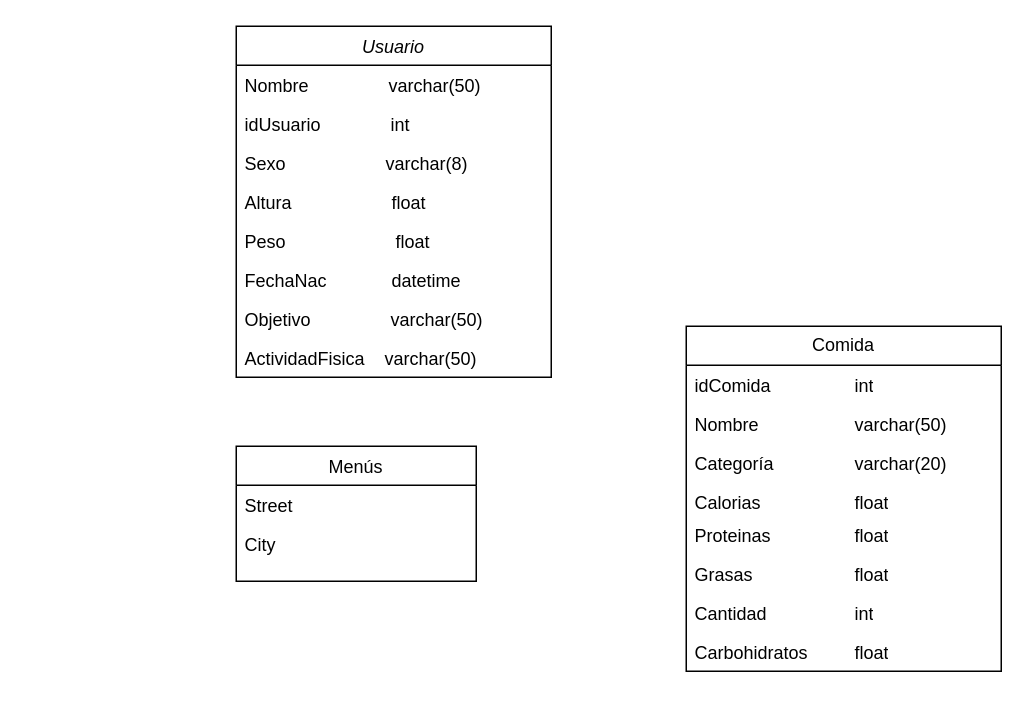
Before: Diagrama sin título.drawio in Sptfff/ProyectoWeb, a draw.io diagram. Source tidied: cells renumbered, new cells numbered last; positions are measured from the earlier drawing's top-left corner, leaving out a move shared by most shapes. Both pictures are drawn from the tidied source at 150%, with x=0, y=0 at pixel (236, 26).
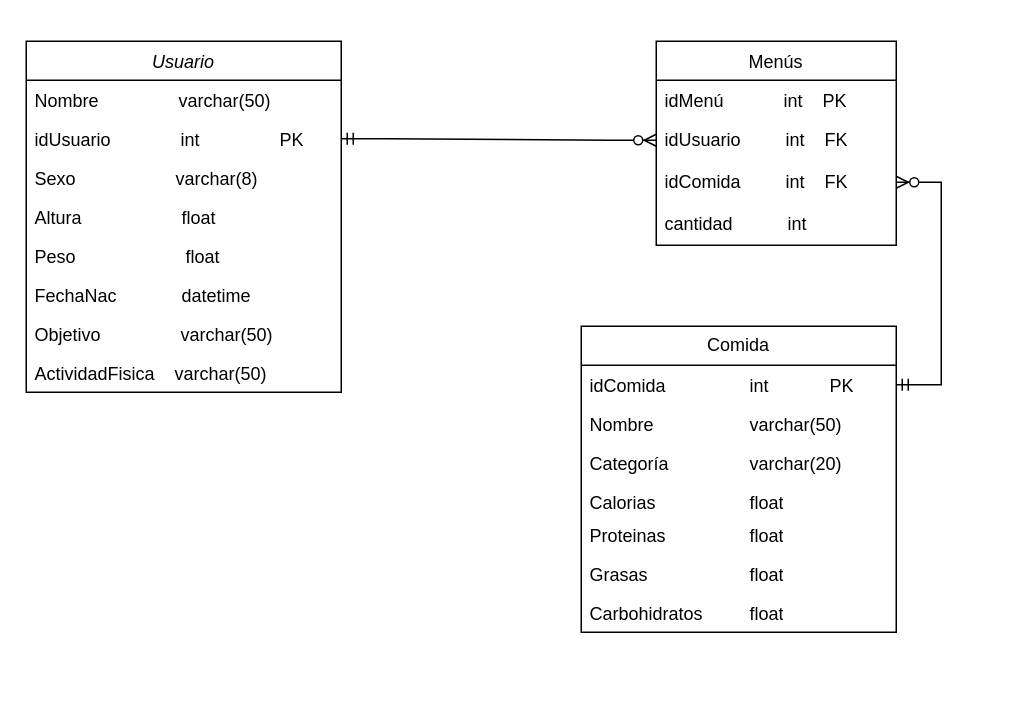
Above is the later version.

What changed in the source:
```diff
@@
     <mxCell id="2" value="Usuario" style="swimlane;fontStyle=2;align=center;verticalAlign=top;horizontal=1;startSize=26;rounded=0;shadow=0;strokeWidth=1;" parent="1" vertex="1">
-      <mxGeometry width="210" height="234" as="geometry" />
+      <mxGeometry x="-140" y="10" width="210" height="234" as="geometry" />
     </mxCell>
@@
-    <mxCell id="4" value="idUsuario              int" style="text;align=left;verticalAlign=top;spacingLeft=4;spacingRight=4;overflow=hidden;points=[[0,0.5],[1,0.5]];portConstraint=eastwest;" parent="2" vertex="1">
+    <mxCell id="4" value="idUsuario              int                PK" style="text;align=left;verticalAlign=top;spacingLeft=4;spacingRight=4;overflow=hidden;points=[[0,0.5],[1,0.5]];portConstraint=eastwest;" parent="2" vertex="1">
       <mxGeometry y="52" width="210" height="26" as="geometry" />
     </mxCell>
@@
     <mxCell id="11" value="Menús" style="swimlane;fontStyle=0;align=center;verticalAlign=top;horizontal=1;startSize=26;rounded=0;shadow=0;strokeWidth=1;" parent="1" vertex="1">
-      <mxGeometry y="280" width="160" height="90" as="geometry" />
+      <mxGeometry x="280" y="10" width="160" height="136" as="geometry" />
     </mxCell>
-    <mxCell id="12" value="Street" style="text;align=left;verticalAlign=top;spacingLeft=4;spacingRight=4;overflow=hidden;" parent="11" vertex="1">
+    <mxCell id="12" value="idMenú            int    PK" style="text;align=left;verticalAlign=top;spacingLeft=4;spacingRight=4;overflow=hidden;" parent="11" vertex="1">
       <mxGeometry y="26" width="160" height="26" as="geometry" />
     </mxCell>
-    <mxCell id="13" value="City" style="text;align=left;verticalAlign=top;spacingLeft=4;spacingRight=4;overflow=hidden;points=[[0,0.5],[1,0.5]];portConstraint=eastwest;rounded=0;shadow=0;html=0;" parent="11" vertex="1">
-      <mxGeometry y="52" width="160" height="26" as="geometry" />
+    <mxCell id="13" value="idUsuario         int    FK" style="text;align=left;verticalAlign=top;spacingLeft=4;spacingRight=4;overflow=hidden;points=[[0,0.5],[1,0.5]];portConstraint=eastwest;rounded=0;shadow=0;html=0;" parent="11" vertex="1">
+      <mxGeometry y="52" width="160" height="28" as="geometry" />
     </mxCell>
+    <mxCell id="23" value="idComida         int    FK" style="text;align=left;verticalAlign=top;spacingLeft=4;spacingRight=4;overflow=hidden;points=[[0,0.5],[1,0.5]];portConstraint=eastwest;rounded=0;shadow=0;html=0;" parent="11" vertex="1">
+      <mxGeometry y="80" width="160" height="28" as="geometry" />
+    </mxCell>
+    <mxCell id="24" value="cantidad           int    " style="text;align=left;verticalAlign=top;spacingLeft=4;spacingRight=4;overflow=hidden;rounded=0;shadow=0;html=0;" parent="11" vertex="1">
+      <mxGeometry y="108" width="160" height="28" as="geometry" />
+    </mxCell>
     <mxCell id="14" value="Comida" style="swimlane;fontStyle=0;horizontal=1;startSize=26;fillColor=none;whiteSpace=wrap;html=1;" parent="1" vertex="1">
-      <mxGeometry x="300" y="200" width="210" height="230" as="geometry" />
+      <mxGeometry x="230" y="200" width="210" height="204" as="geometry" />
     </mxCell>
-    <mxCell id="15" value="idComida&lt;span style=&quot;white-space: pre;&quot;&gt;&#9;&lt;/span&gt;&lt;span style=&quot;white-space: pre;&quot;&gt;&#9;&lt;/span&gt;&lt;span style=&quot;white-space: pre;&quot;&gt;&#9;&lt;/span&gt;int" style="text;strokeColor=none;fillColor=none;align=left;verticalAlign=top;spacingLeft=4;spacingRight=4;overflow=hidden;points=[[0,0.5],[1,0.5]];portConstraint=eastwest;whiteSpace=wrap;html=1;" parent="14" vertex="1">
+    <mxCell id="15" value="idComida&lt;span style=&quot;white-space: pre;&quot;&gt;&#9;&lt;/span&gt;&lt;span style=&quot;white-space: pre;&quot;&gt;&#9;&lt;/span&gt;&lt;span style=&quot;white-space: pre;&quot;&gt;&#9;&lt;/span&gt;int&lt;span style=&quot;white-space: pre;&quot;&gt;&#9;&lt;/span&gt;&lt;span style=&quot;white-space: pre;&quot;&gt;&#9;&lt;/span&gt;PK" style="text;strokeColor=none;fillColor=none;align=left;verticalAlign=top;spacingLeft=4;spacingRight=4;overflow=hidden;points=[[0,0.5],[1,0.5]];portConstraint=eastwest;whiteSpace=wrap;html=1;" parent="14" vertex="1">
       <mxGeometry y="26" width="210" height="26" as="geometry" />
     </mxCell>
@@
-    <mxCell id="21" value="Cantidad&lt;span style=&quot;white-space: pre;&quot;&gt;&#9;&lt;/span&gt;&lt;span style=&quot;white-space: pre;&quot;&gt;&#9;&lt;/span&gt;&lt;span style=&quot;white-space: pre;&quot;&gt;&#9;&lt;/span&gt;int" style="text;strokeColor=none;fillColor=none;align=left;verticalAlign=top;spacingLeft=4;spacingRight=4;overflow=hidden;whiteSpace=wrap;html=1;" parent="14" vertex="1">
-      <mxGeometry y="178" width="210" height="26" as="geometry" />
-    </mxCell>
     <mxCell id="22" value="Carbohidratos&lt;span style=&quot;white-space: pre;&quot;&gt;&#9;&lt;span style=&quot;white-space: pre;&quot;&gt;&#9;&lt;/span&gt;float&lt;/span&gt;" style="text;strokeColor=none;fillColor=none;align=left;verticalAlign=top;spacingLeft=4;spacingRight=4;overflow=hidden;whiteSpace=wrap;html=1;" parent="14" vertex="1">
-      <mxGeometry y="204" width="210" height="26" as="geometry" />
+      <mxGeometry y="178" width="210" height="26" as="geometry" />
     </mxCell>
+    <mxCell id="25" style="edgeStyle=entityRelationEdgeStyle;fontSize=12;html=1;endArrow=ERzeroToMany;startArrow=ERmandOne;rounded=0;exitX=1;exitY=0.5;exitDx=0;exitDy=0;entryX=0;entryY=0.5;entryDx=0;entryDy=0;" parent="1" edge="1" source="4" target="13">
+      <mxGeometry relative="1" as="geometry">
+        <Array as="points">
+          <mxPoint x="110" y="180" />
+          <mxPoint x="260" y="140" />
+          <mxPoint x="140" y="190" />
+          <mxPoint x="100" y="170" />
+          <mxPoint x="110" y="330" />
+        </Array>
+      </mxGeometry>
+    </mxCell>
+    <mxCell id="26" style="edgeStyle=entityRelationEdgeStyle;fontSize=12;html=1;endArrow=ERzeroToMany;startArrow=ERmandOne;rounded=0;exitX=1;exitY=0.5;exitDx=0;exitDy=0;entryX=1;entryY=0.5;entryDx=0;entryDy=0;" parent="1" edge="1" source="15" target="23">
+      <mxGeometry relative="1" as="geometry">
+        <Array as="points">
+          <mxPoint x="550" y="240" />
+        </Array>
+      </mxGeometry>
+    </mxCell>
```
